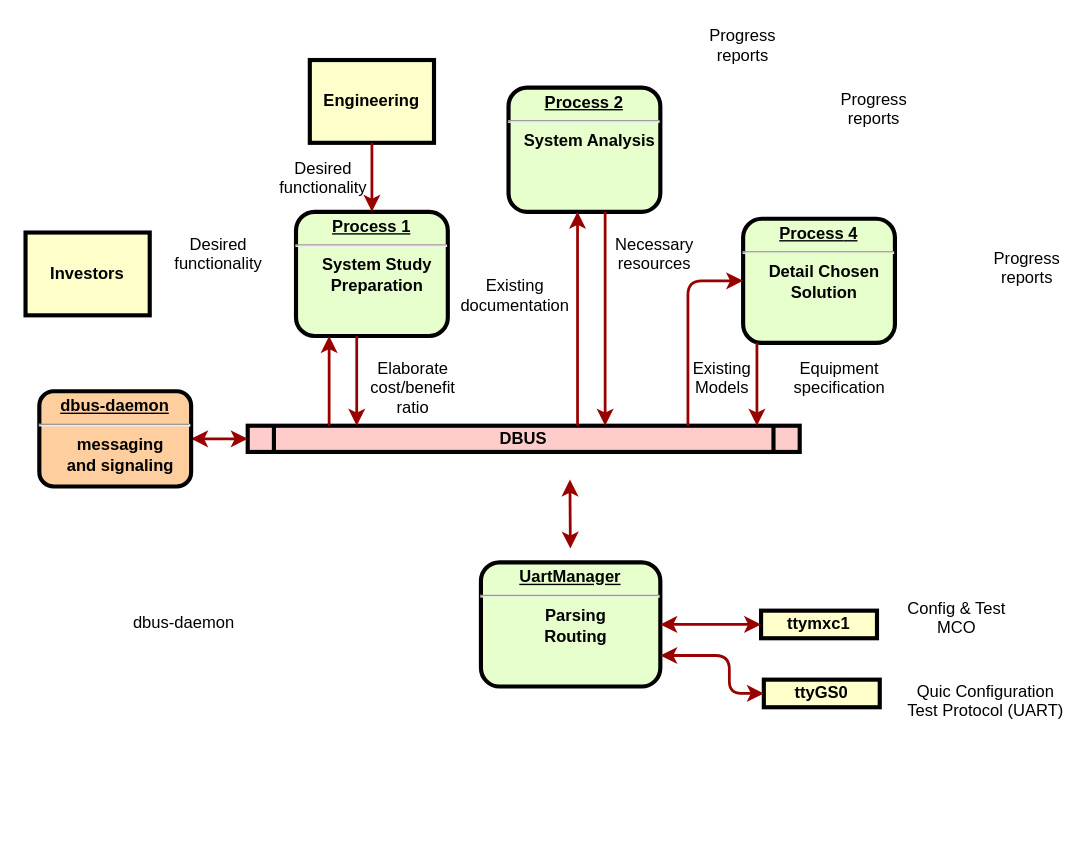
The draw.io diagram Untitled Diagram.drawio in mtitinger/zz_doc, before the edit. Source tidied: cells renumbered, new cells numbered last; positions are measured from the earlier drawing's top-left corner, leaving out a move shared by most shapes. Both pictures are drawn from the tidied source at 138%, with x=0, y=0 at pixel (25, 23).
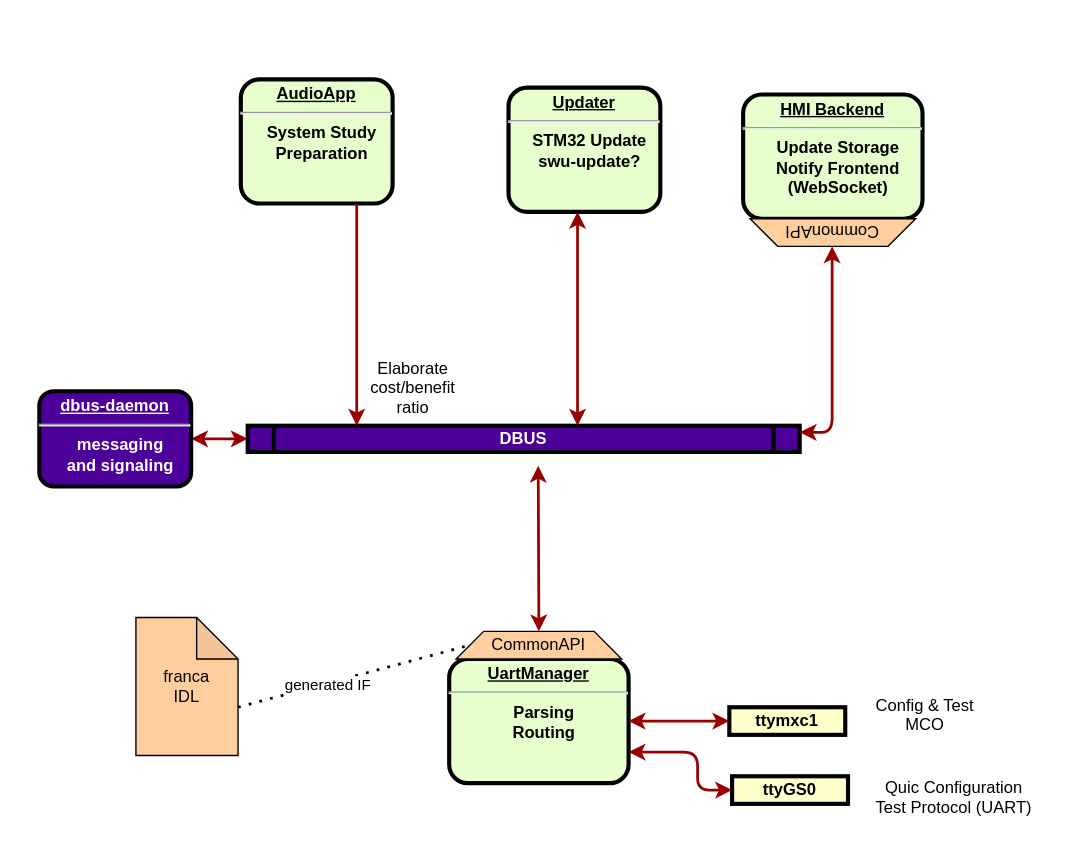
The same page after the edit.

What changed in the source:
```diff
@@
-    <mxCell id="2" value="&lt;p style=&quot;margin: 0px; margin-top: 4px; text-align: center; text-decoration: underline;&quot;&gt;&lt;strong&gt;Process 1&lt;br /&gt;&lt;/strong&gt;&lt;/p&gt;&lt;hr /&gt;&lt;p style=&quot;margin: 0px; margin-left: 8px;&quot;&gt;System Study&lt;/p&gt;&lt;p style=&quot;margin: 0px; margin-left: 8px;&quot;&gt;Preparation&lt;/p&gt;" style="verticalAlign=middle;align=center;overflow=fill;fontSize=12;fontFamily=Helvetica;html=1;rounded=1;fontStyle=1;strokeWidth=3;fillColor=#E6FFCC;" parent="1" vertex="1">
-      <mxGeometry x="196" y="136" width="110" height="90" as="geometry" />
+    <mxCell id="2" value="&lt;p style=&quot;margin: 0px ; margin-top: 4px ; text-align: center ; text-decoration: underline&quot;&gt;&lt;strong&gt;AudioApp&lt;br&gt;&lt;/strong&gt;&lt;/p&gt;&lt;hr&gt;&lt;p style=&quot;margin: 0px ; margin-left: 8px&quot;&gt;System Study&lt;/p&gt;&lt;p style=&quot;margin: 0px ; margin-left: 8px&quot;&gt;Preparation&lt;/p&gt;" style="verticalAlign=middle;align=center;overflow=fill;fontSize=12;fontFamily=Helvetica;html=1;rounded=1;fontStyle=1;strokeWidth=3;fillColor=#E6FFCC;" parent="1" vertex="1">
+      <mxGeometry x="156" y="40" width="110" height="90" as="geometry" />
     </mxCell>
-    <mxCell id="3" value="Engineering" style="whiteSpace=wrap;align=center;verticalAlign=middle;fontStyle=1;strokeWidth=3;fillColor=#FFFFCC;" parent="1" vertex="1">
-      <mxGeometry x="206" y="26" width="90" height="60" as="geometry" />
-    </mxCell>
-    <mxCell id="4" value="Investors" style="whiteSpace=wrap;align=center;verticalAlign=middle;fontStyle=1;strokeWidth=3;fillColor=#FFFFCC;" parent="1" vertex="1">
-      <mxGeometry y="151" width="90" height="60" as="geometry" />
-    </mxCell>
-    <mxCell id="5" value="DBUS" style="shape=process;whiteSpace=wrap;align=center;verticalAlign=middle;size=0.0475;fontStyle=1;strokeWidth=3;fillColor=#FFCCCC;" parent="1" vertex="1">
+    <mxCell id="5" value="DBUS" style="shape=process;whiteSpace=wrap;align=center;verticalAlign=middle;size=0.0475;fontStyle=1;strokeWidth=3;fillColor=#4C0099;fontColor=#FFFFFF;" parent="1" vertex="1">
       <mxGeometry x="161" y="291" width="400" height="19" as="geometry" />
     </mxCell>
-    <mxCell id="6" value="&lt;p style=&quot;margin: 0px; margin-top: 4px; text-align: center; text-decoration: underline;&quot;&gt;&lt;strong&gt;Process 2&lt;br /&gt;&lt;/strong&gt;&lt;/p&gt;&lt;hr /&gt;&lt;p style=&quot;margin: 0px; margin-left: 8px;&quot;&gt;System Analysis&lt;/p&gt;" style="verticalAlign=middle;align=center;overflow=fill;fontSize=12;fontFamily=Helvetica;html=1;rounded=1;fontStyle=1;strokeWidth=3;fillColor=#E6FFCC;" parent="1" vertex="1">
+    <mxCell id="6" value="&lt;p style=&quot;margin: 0px ; margin-top: 4px ; text-align: center ; text-decoration: underline&quot;&gt;&lt;strong&gt;Updater&lt;/strong&gt;&lt;/p&gt;&lt;hr&gt;&lt;p style=&quot;margin: 0px ; margin-left: 8px&quot;&gt;STM32 Update&lt;/p&gt;&lt;p style=&quot;margin: 0px ; margin-left: 8px&quot;&gt;swu-update?&lt;/p&gt;" style="verticalAlign=middle;align=center;overflow=fill;fontSize=12;fontFamily=Helvetica;html=1;rounded=1;fontStyle=1;strokeWidth=3;fillColor=#E6FFCC;" parent="1" vertex="1">
       <mxGeometry x="350" y="46" width="110" height="90" as="geometry" />
     </mxCell>
-    <mxCell id="7" value="&lt;p style=&quot;margin: 0px; margin-top: 4px; text-align: center; text-decoration: underline;&quot;&gt;&lt;strong&gt;&lt;strong&gt;Process&lt;/strong&gt; 4&lt;br /&gt;&lt;/strong&gt;&lt;/p&gt;&lt;hr /&gt;&lt;p style=&quot;margin: 0px; margin-left: 8px;&quot;&gt;Detail Chosen&lt;/p&gt;&lt;p style=&quot;margin: 0px; margin-left: 8px;&quot;&gt;Solution&lt;/p&gt;" style="verticalAlign=middle;align=center;overflow=fill;fontSize=12;fontFamily=Helvetica;html=1;rounded=1;fontStyle=1;strokeWidth=3;fillColor=#E6FFCC;" parent="1" vertex="1">
-      <mxGeometry x="520" y="141" width="110" height="90" as="geometry" />
+    <mxCell id="7" value="&lt;p style=&quot;margin: 0px ; margin-top: 4px ; text-align: center ; text-decoration: underline&quot;&gt;&lt;strong&gt;HMI Backend&lt;br&gt;&lt;/strong&gt;&lt;/p&gt;&lt;hr&gt;&lt;p style=&quot;margin: 0px ; margin-left: 8px&quot;&gt;Update Storage&lt;/p&gt;&lt;p style=&quot;margin: 0px ; margin-left: 8px&quot;&gt;Notify Frontend&lt;/p&gt;&lt;p style=&quot;margin: 0px ; margin-left: 8px&quot;&gt;(WebSocket)&lt;/p&gt;" style="verticalAlign=middle;align=center;overflow=fill;fontSize=12;fontFamily=Helvetica;html=1;rounded=1;fontStyle=1;strokeWidth=3;fillColor=#E6FFCC;" parent="1" vertex="1">
+      <mxGeometry x="520" y="51" width="130" height="90" as="geometry" />
     </mxCell>
     <mxCell id="8" value="&lt;p style=&quot;margin: 0px ; margin-top: 4px ; text-align: center ; text-decoration: underline&quot;&gt;&lt;strong&gt;UartManager&lt;br&gt;&lt;/strong&gt;&lt;/p&gt;&lt;hr&gt;&lt;p style=&quot;margin: 0px ; margin-left: 8px&quot;&gt;&lt;span&gt;Parsing&lt;/span&gt;&lt;br&gt;&lt;/p&gt;&lt;p style=&quot;margin: 0px ; margin-left: 8px&quot;&gt;&lt;span&gt;Routing&lt;/span&gt;&lt;/p&gt;&lt;p style=&quot;margin: 0px ; margin-left: 8px&quot;&gt;&lt;br&gt;&lt;/p&gt;" style="verticalAlign=middle;align=center;overflow=fill;fontSize=12;fontFamily=Helvetica;html=1;rounded=1;fontStyle=1;strokeWidth=3;fillColor=#E6FFCC;" parent="1" vertex="1">
-      <mxGeometry x="330" y="390" width="130" height="90" as="geometry" />
+      <mxGeometry x="307" y="460" width="130" height="90" as="geometry" />
     </mxCell>
     <mxCell id="9" value="ttyGS0" style="whiteSpace=wrap;align=center;verticalAlign=middle;fontStyle=1;strokeWidth=3;fillColor=#FFFFCC;" parent="1" vertex="1">
-      <mxGeometry x="535" y="475" width="84" height="20" as="geometry" />
+      <mxGeometry x="512" y="545" width="84" height="20" as="geometry" />
     </mxCell>
     <mxCell id="10" value="ttymxc1" style="whiteSpace=wrap;align=center;verticalAlign=middle;fontStyle=1;strokeWidth=3;fillColor=#FFFFCC;" parent="1" vertex="1">
-      <mxGeometry x="533" y="425" width="84" height="20" as="geometry" />
+      <mxGeometry x="510" y="495" width="84" height="20" as="geometry" />
     </mxCell>
-    <mxCell id="11" style="edgeStyle=none;noEdgeStyle=1;strokeColor=#990000;strokeWidth=2;" parent="1" edge="1" source="3" target="2">
-      <mxGeometry relative="1" as="geometry" />
-    </mxCell>
@@
-    <mxCell id="13" value="Desired &#10;functionality" style="text;spacingTop=-5;align=center;" parent="1" vertex="1">
-      <mxGeometry x="125" y="151" width="30" height="20" as="geometry" />
-    </mxCell>
-    <mxCell id="14" value="Desired &#10;functionality" style="text;spacingTop=-5;align=center;" parent="1" vertex="1">
-      <mxGeometry x="201" y="96" width="30" height="20" as="geometry" />
-    </mxCell>
-    <mxCell id="15" style="edgeStyle=elbowEdgeStyle;elbow=horizontal;strokeColor=#990000;strokeWidth=2;" parent="1" edge="1" source="5" target="2">
-      <mxGeometry relative="1" as="geometry">
-        <Array as="points">
-          <mxPoint x="220" y="270" />
-        </Array>
-      </mxGeometry>
-    </mxCell>
@@
-    <mxCell id="18" style="edgeStyle=elbowEdgeStyle;elbow=horizontal;strokeColor=#990000;strokeWidth=2;" parent="1" edge="1" source="5" target="6">
+    <mxCell id="18" style="edgeStyle=elbowEdgeStyle;elbow=horizontal;strokeColor=#990000;strokeWidth=2;startArrow=classic;startFill=1;" parent="1" edge="1" source="5" target="6">
       <mxGeometry relative="1" as="geometry">
         <Array as="points">
           <mxPoint x="400" y="210" />
         </Array>
       </mxGeometry>
     </mxCell>
-    <mxCell id="19" style="edgeStyle=elbowEdgeStyle;elbow=horizontal;strokeColor=#990000;strokeWidth=2;" parent="1" edge="1" source="6" target="5">
-      <mxGeometry relative="1" as="geometry">
-        <Array as="points">
-          <mxPoint x="420" y="220" />
-        </Array>
-      </mxGeometry>
-    </mxCell>
-    <mxCell id="20" value="Existing&#10;documentation" style="text;spacingTop=-5;align=center;" parent="1" vertex="1">
-      <mxGeometry x="340" y="181" width="30" height="20" as="geometry" />
-    </mxCell>
-    <mxCell id="21" value="Necessary&#10;resources" style="text;spacingTop=-5;align=center;" parent="1" vertex="1">
-      <mxGeometry x="441" y="151" width="30" height="20" as="geometry" />
-    </mxCell>
-    <mxCell id="22" value="Progress&#10;reports" style="text;spacingTop=-5;align=center;" parent="1" vertex="1">
-      <mxGeometry x="505" width="30" height="20" as="geometry" />
-    </mxCell>
-    <mxCell id="23" value="Progress&#10;reports" style="text;spacingTop=-5;align=center;" parent="1" vertex="1">
-      <mxGeometry x="600" y="46" width="30" height="20" as="geometry" />
-    </mxCell>
-    <mxCell id="24" value="Progress&#10;reports" style="text;spacingTop=-5;align=center;" parent="1" vertex="1">
-      <mxGeometry x="711" y="161" width="30" height="20" as="geometry" />
-    </mxCell>
-    <mxCell id="25" style="edgeStyle=elbowEdgeStyle;elbow=horizontal;strokeColor=#990000;strokeWidth=2;" parent="1" edge="1" source="7" target="5">
-      <mxGeometry relative="1" as="geometry">
-        <Array as="points">
-          <mxPoint x="530" y="260" />
-        </Array>
-      </mxGeometry>
-    </mxCell>
-    <mxCell id="26" style="edgeStyle=segmentEdgeStyle;strokeColor=#990000;strokeWidth=2;" parent="1" edge="1" source="5" target="7">
-      <mxGeometry relative="1" as="geometry">
-        <Array as="points">
-          <mxPoint x="480" y="186" />
-        </Array>
-      </mxGeometry>
-    </mxCell>
-    <mxCell id="27" value="Existing&#10;Models" style="text;spacingTop=-5;align=center;" parent="1" vertex="1">
-      <mxGeometry x="490" y="241" width="30" height="20" as="geometry" />
-    </mxCell>
-    <mxCell id="28" value="Equipment&#10;specification" style="text;spacingTop=-5;align=center;" parent="1" vertex="1">
-      <mxGeometry x="575" y="241" width="30" height="20" as="geometry" />
-    </mxCell>
     <mxCell id="29" value="Quic Configuration&#10;Test Protocol (UART)" style="text;spacingTop=-5;align=center;" parent="1" vertex="1">
-      <mxGeometry x="681" y="475" width="30" height="40" as="geometry" />
+      <mxGeometry x="658" y="545" width="30" height="40" as="geometry" />
     </mxCell>
-    <mxCell id="30" value="dbus-daemon" style="text;spacingTop=-5;align=center;" parent="1" vertex="1">
-      <mxGeometry x="80" y="425" width="70" height="65" as="geometry" />
-    </mxCell>
-    <mxCell id="31" value="&lt;p style=&quot;margin: 0px ; margin-top: 4px ; text-align: center ; text-decoration: underline&quot;&gt;&lt;strong&gt;dbus-daemon&lt;br&gt;&lt;/strong&gt;&lt;/p&gt;&lt;hr&gt;&lt;p style=&quot;margin: 0px ; margin-left: 8px&quot;&gt;messaging&lt;/p&gt;&lt;p style=&quot;margin: 0px ; margin-left: 8px&quot;&gt;and signaling&lt;/p&gt;" style="verticalAlign=middle;align=center;overflow=fill;fontSize=12;fontFamily=Helvetica;html=1;rounded=1;fontStyle=1;strokeWidth=3;fillColor=#FFCE9F;" parent="1" vertex="1">
+    <mxCell id="31" value="&lt;p style=&quot;margin: 0px ; margin-top: 4px ; text-align: center ; text-decoration: underline&quot;&gt;&lt;strong&gt;dbus-daemon&lt;br&gt;&lt;/strong&gt;&lt;/p&gt;&lt;hr&gt;&lt;p style=&quot;margin: 0px ; margin-left: 8px&quot;&gt;messaging&lt;/p&gt;&lt;p style=&quot;margin: 0px ; margin-left: 8px&quot;&gt;and signaling&lt;/p&gt;" style="verticalAlign=middle;align=center;overflow=fill;fontSize=12;fontFamily=Helvetica;html=1;rounded=1;fontStyle=1;strokeWidth=3;fillColor=#4C0099;fontColor=#FFFFFF;" parent="1" vertex="1">
       <mxGeometry x="10" y="266" width="110" height="69" as="geometry" />
     </mxCell>
     <mxCell id="32" value="Config &amp; Test&#10;MCO" style="text;spacingTop=-5;align=center;" parent="1" vertex="1">
-      <mxGeometry x="660" y="415" width="30" height="40" as="geometry" />
+      <mxGeometry x="637" y="485" width="30" height="40" as="geometry" />
     </mxCell>
     <mxCell id="33" style="edgeStyle=elbowEdgeStyle;elbow=horizontal;strokeColor=#990000;strokeWidth=2;entryX=0;entryY=0.5;entryDx=0;entryDy=0;startArrow=classic;startFill=1;exitX=1;exitY=0.5;exitDx=0;exitDy=0;" parent="1" edge="1" source="8" target="10">
       <mxGeometry relative="1" as="geometry">
         <Array as="points">
-          <mxPoint x="500" y="450" />
+          <mxPoint x="477" y="520" />
         </Array>
       </mxGeometry>
     </mxCell>
     <mxCell id="34" style="edgeStyle=elbowEdgeStyle;elbow=horizontal;strokeColor=#990000;strokeWidth=2;entryX=0;entryY=0.5;entryDx=0;entryDy=0;startArrow=classic;startFill=1;exitX=1;exitY=0.75;exitDx=0;exitDy=0;" parent="1" edge="1" source="8" target="9">
       <mxGeometry relative="1" as="geometry">
         <Array as="points">
-          <mxPoint x="510" y="460" />
+          <mxPoint x="487" y="530" />
         </Array>
       </mxGeometry>
     </mxCell>
-    <mxCell id="35" style="edgeStyle=elbowEdgeStyle;elbow=horizontal;strokeColor=#990000;strokeWidth=2;startArrow=classic;startFill=1;" parent="1" edge="1">
-      <mxGeometry relative="1" as="geometry">
-        <mxPoint x="394.8" y="380" as="sourcePoint" />
-        <mxPoint x="395" y="330" as="targetPoint" />
-        <Array as="points">
-          <mxPoint x="394.5" y="376" />
-        </Array>
-      </mxGeometry>
-    </mxCell>
+    <mxCell id="36" value="franca&lt;br&gt;IDL" style="shape=note;whiteSpace=wrap;html=1;backgroundOutline=1;darkOpacity=0.05;fillColor=#FFCE9F;" parent="1" vertex="1">
+      <mxGeometry x="80" y="430" width="74" height="100" as="geometry" />
+    </mxCell>
+    <mxCell id="37" value="CommonAPI" style="shape=trapezoid;perimeter=trapezoidPerimeter;whiteSpace=wrap;html=1;fixedSize=1;fillColor=#FFCE9F;" parent="1" vertex="1">
+      <mxGeometry x="312" y="440" width="120" height="20" as="geometry" />
+    </mxCell>
+    <mxCell id="38" style="endArrow=none;dashed=1;html=1;dashPattern=1 3;strokeWidth=2;rounded=0;exitX=0;exitY=0;exitDx=74;exitDy=65;exitPerimeter=0;entryX=0;entryY=0.5;entryDx=0;entryDy=0;" parent="1" edge="1" source="36" target="37">
+      <mxGeometry relative="1" as="geometry" />
+    </mxCell>
+    <mxCell id="39" value="generated IF&lt;br&gt;" style="edgeLabel;html=1;align=center;verticalAlign=middle;" parent="38" vertex="1">
+      <mxGeometry x="-0.22" y="-1" relative="1" as="geometry">
+        <mxPoint x="-1" as="offset" />
+      </mxGeometry>
+    </mxCell>
+    <mxCell id="40" value="CommonAPI" style="shape=trapezoid;perimeter=trapezoidPerimeter;whiteSpace=wrap;html=1;fixedSize=1;fillColor=#FFCE9F;rotation=-180;" parent="1" vertex="1">
+      <mxGeometry x="525" y="141" width="120" height="20" as="geometry" />
+    </mxCell>
+    <mxCell id="41" style="edgeStyle=elbowEdgeStyle;elbow=horizontal;strokeColor=#990000;strokeWidth=2;startArrow=classic;startFill=1;exitX=1;exitY=0.25;exitDx=0;exitDy=0;" parent="1" edge="1" source="5">
+      <mxGeometry relative="1" as="geometry">
+        <mxPoint x="584.5" y="161" as="targetPoint" />
+        <Array as="points">
+          <mxPoint x="584.5" y="235" />
+        </Array>
+      </mxGeometry>
+    </mxCell>
+    <mxCell id="42" style="edgeStyle=elbowEdgeStyle;elbow=horizontal;strokeColor=#990000;strokeWidth=2;startArrow=classic;startFill=1;exitX=0.5;exitY=0;exitDx=0;exitDy=0;" parent="1" edge="1" source="37">
+      <mxGeometry relative="1" as="geometry">
+        <mxPoint x="372" y="320" as="targetPoint" />
+        <Array as="points">
+          <mxPoint x="371.5" y="335" />
+        </Array>
+      </mxGeometry>
+    </mxCell>
```
